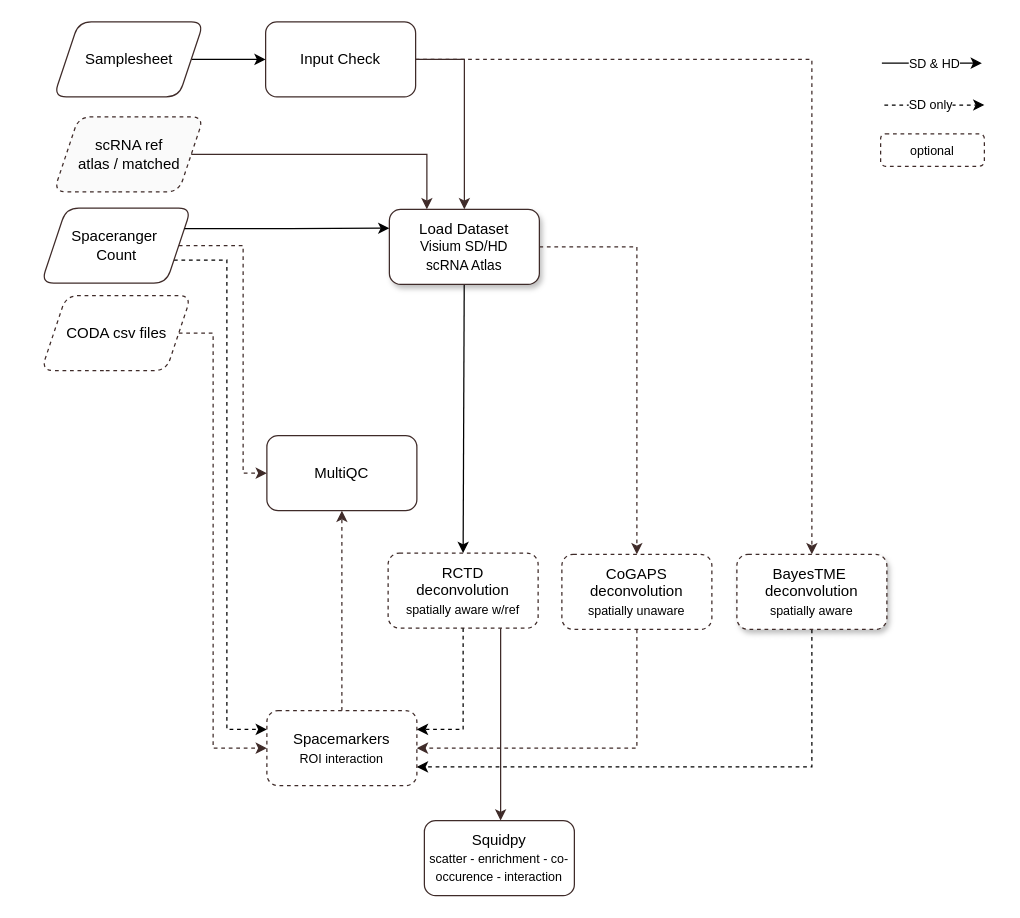
This is assets/btc-visium.drawio from break-through-cancer/btc-spatial-pipelines, a draw.io file, before an edit. Source tidied: cells renumbered, new cells numbered last; positions are measured from the earlier drawing's top-left corner, leaving out a move shared by most shapes. Both pictures are drawn from the tidied source at 125%, with x=0, y=0 at pixel (41, 21).
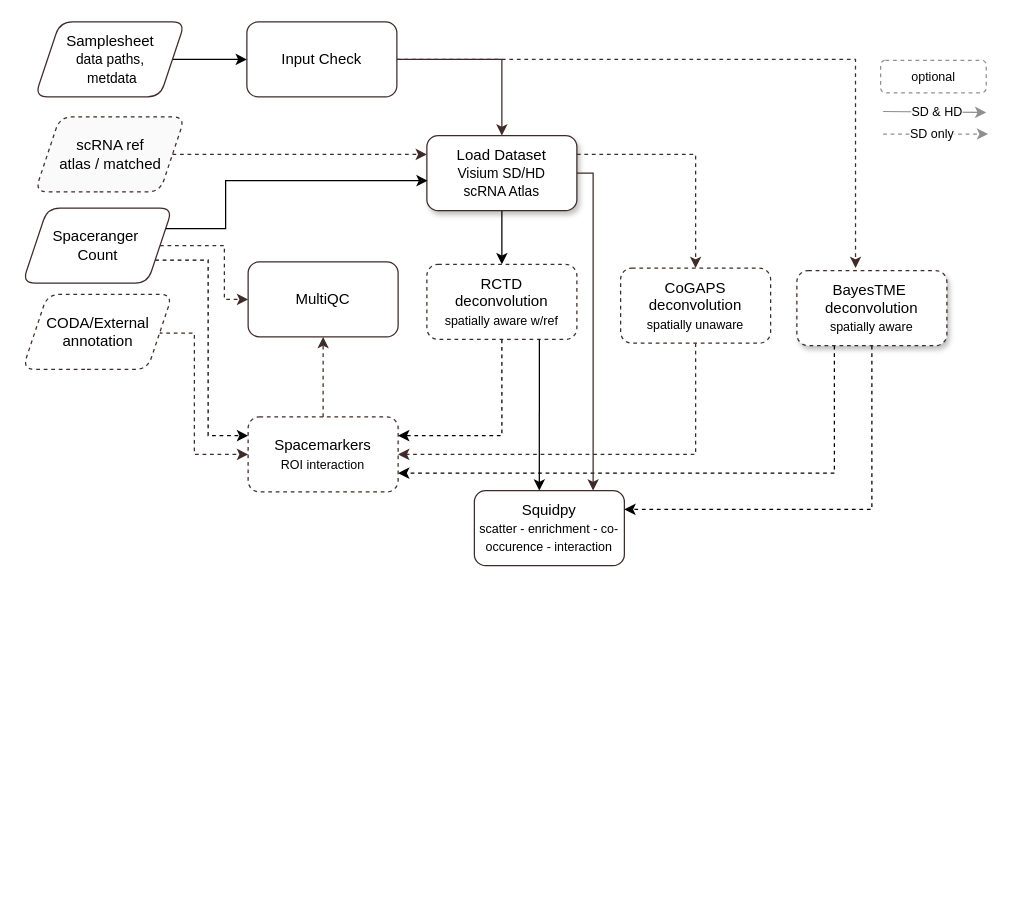
The same page after the edit.

Diff of the diagram source:
```diff
@@
     <mxCell id="2" style="edgeStyle=orthogonalEdgeStyle;rounded=0;jettySize=auto;html=1;strokeColor=#3F2B29;exitX=1;exitY=0.5;exitDx=0;exitDy=0;entryX=0;entryY=0.5;entryDx=0;entryDy=0;dashed=1;" parent="1" edge="1" source="4" target="13">
       <mxGeometry relative="1" as="geometry">
         <Array as="points">
-          <mxPoint x="161" y="179" />
-          <mxPoint x="161" y="361" />
+          <mxPoint x="146" y="179" />
+          <mxPoint x="146" y="222" />
         </Array>
       </mxGeometry>
     </mxCell>
     <mxCell id="3" style="edgeStyle=orthogonalEdgeStyle;rounded=0;jettySize=auto;html=1;exitX=1;exitY=0.75;exitDx=0;exitDy=0;entryX=0;entryY=0.25;entryDx=0;entryDy=0;dashed=1;" parent="1" edge="1" source="4" target="15">
       <mxGeometry relative="1" as="geometry">
         <Array as="points">
-          <mxPoint x="148" y="191" />
-          <mxPoint x="148" y="566" />
+          <mxPoint x="133" y="191" />
+          <mxPoint x="133" y="331" />
         </Array>
       </mxGeometry>
     </mxCell>
     <mxCell id="4" value="Spaceranger&amp;nbsp;&lt;div&gt;Count&lt;/div&gt;" style="rounded=1;whiteSpace=wrap;html=1;strokeColor=#3F2B29;shape=parallelogram;boundedLbl=1;perimeter=parallelogramPerimeter;fixedSize=1;" parent="1" vertex="1">
-      <mxGeometry x="-0.5" y="149" width="120" height="60" as="geometry" />
+      <mxGeometry x="-15.5" y="149" width="120" height="60" as="geometry" />
     </mxCell>
@@
     <mxCell id="6" value="Input Check" style="rounded=1;whiteSpace=wrap;html=1;strokeColor=#3F2B29;" parent="1" vertex="1">
-      <mxGeometry x="179" width="120" height="60" as="geometry" />
+      <mxGeometry x="164" width="120" height="60" as="geometry" />
     </mxCell>
     <mxCell id="7" style="edgeStyle=orthogonalEdgeStyle;rounded=0;jettySize=auto;html=1;exitX=1;exitY=0.5;exitDx=0;exitDy=0;entryX=0;entryY=0.5;entryDx=0;entryDy=0;strokeColor=#3F2B29;dashed=1;" parent="1" edge="1" source="8" target="15">
       <mxGeometry relative="1" as="geometry">
         <Array as="points">
-          <mxPoint x="137" y="249" />
-          <mxPoint x="137" y="581" />
+          <mxPoint x="122" y="249" />
+          <mxPoint x="122" y="346" />
         </Array>
       </mxGeometry>
     </mxCell>
-    <mxCell id="8" value="CODA csv files" style="rounded=1;whiteSpace=wrap;html=1;fillColor=default;strokeColor=#3F2B29;shape=parallelogram;boundedLbl=1;perimeter=parallelogramPerimeter;fixedSize=1;dashed=1;" parent="1" vertex="1">
-      <mxGeometry x="-0.5" y="219" width="120" height="60" as="geometry" />
+    <mxCell id="8" value="CODA/External annotation" style="rounded=1;whiteSpace=wrap;html=1;fillColor=default;strokeColor=#3F2B29;shape=parallelogram;boundedLbl=1;perimeter=parallelogramPerimeter;fixedSize=1;dashed=1;" parent="1" vertex="1">
+      <mxGeometry x="-15.5" y="218" width="120" height="60" as="geometry" />
     </mxCell>
@@
-    <mxCell id="10" style="edgeStyle=orthogonalEdgeStyle;rounded=0;jettySize=auto;html=1;entryX=1;entryY=0.75;entryDx=0;entryDy=0;exitX=0.5;exitY=1;exitDx=0;exitDy=0;dashed=1;" parent="1" edge="1" source="11" target="15">
-      <mxGeometry relative="1" as="geometry" />
+    <mxCell id="10" style="edgeStyle=orthogonalEdgeStyle;rounded=0;jettySize=auto;html=1;entryX=1;entryY=0.75;entryDx=0;entryDy=0;dashed=1;exitX=0.25;exitY=1;exitDx=0;exitDy=0;" parent="1" edge="1" source="11" target="15">
+      <mxGeometry relative="1" as="geometry">
+        <Array as="points">
+          <mxPoint x="634" y="361" />
+        </Array>
+      </mxGeometry>
     </mxCell>
     <mxCell id="11" value="&lt;span style=&quot;color: rgb(0, 0, 0);&quot;&gt;BayesTME&amp;nbsp;&lt;/span&gt;&lt;div style=&quot;scrollbar-color: light-dark(#e2e2e2, #4b4b4b)&lt;br/&gt;&#9;&#9;&#9;&#9;&#9;light-dark(#fbfbfb, var(--dark-panel-color));&quot;&gt;deconvolution&lt;/div&gt;&lt;div style=&quot;scrollbar-color: light-dark(#e2e2e2, #4b4b4b)&lt;br/&gt;&#9;&#9;&#9;&#9;&#9;light-dark(#fbfbfb, var(--dark-panel-color));&quot;&gt;&lt;font style=&quot;font-size: 10px;&quot;&gt;spatially aware&lt;/font&gt;&lt;/div&gt;" style="rounded=1;whiteSpace=wrap;html=1;strokeColor=#3F2B29;dashed=1;shadow=1;" parent="1" vertex="1">
-      <mxGeometry x="556" y="426" width="120" height="60" as="geometry" />
+      <mxGeometry x="604" y="199" width="120" height="60" as="geometry" />
     </mxCell>
     <mxCell id="12" value="&lt;div&gt;&lt;span style=&quot;color: rgb(0, 0, 0);&quot;&gt;CoGAPS deconvolution&lt;/span&gt;&lt;br&gt;&lt;/div&gt;&lt;div&gt;&lt;font style=&quot;font-size: 10px;&quot; color=&quot;#000000&quot;&gt;spatially unaware&lt;/font&gt;&lt;/div&gt;" style="rounded=1;whiteSpace=wrap;html=1;strokeColor=#3F2B29;dashed=1;" parent="1" vertex="1">
-      <mxGeometry x="416" y="426" width="120" height="60" as="geometry" />
+      <mxGeometry x="463" y="197" width="120" height="60" as="geometry" />
     </mxCell>
     <mxCell id="13" value="MultiQC" style="rounded=1;whiteSpace=wrap;html=1;strokeColor=#3F2B29;" parent="1" vertex="1">
-      <mxGeometry x="180" y="331" width="120" height="60" as="geometry" />
+      <mxGeometry x="165" y="192" width="120" height="60" as="geometry" />
     </mxCell>
-    <mxCell id="14" style="edgeStyle=orthogonalEdgeStyle;rounded=0;jettySize=auto;html=1;exitX=0.75;exitY=1;exitDx=0;exitDy=0;strokeColor=#3F2B29;" parent="1" edge="1" source="23" target="20">
-      <mxGeometry relative="1" as="geometry">
-        <Array as="points">
-          <mxPoint x="367" y="681" />
-        </Array>
-      </mxGeometry>
-    </mxCell>
     <mxCell id="15" value="Spacemarkers&lt;div&gt;&lt;font style=&quot;font-size: 10px;&quot;&gt;ROI interaction&lt;/font&gt;&lt;/div&gt;" style="rounded=1;whiteSpace=wrap;html=1;strokeColor=#3F2B29;dashed=1;" parent="1" vertex="1">
-      <mxGeometry x="180" y="551" width="120" height="60" as="geometry" />
+      <mxGeometry x="165" y="316" width="120" height="60" as="geometry" />
     </mxCell>
@@
-    <mxCell id="17" value="&lt;div&gt;Samplesheet&lt;/div&gt;" style="rounded=1;whiteSpace=wrap;html=1;strokeColor=#3F2B29;shape=parallelogram;boundedLbl=1;perimeter=parallelogramPerimeter;fixedSize=1;" parent="1" vertex="1">
-      <mxGeometry x="9.5" width="120" height="60" as="geometry" />
+    <mxCell id="17" value="&lt;div&gt;Samplesheet&lt;/div&gt;&lt;div&gt;&lt;font style=&quot;font-size: 11px;&quot;&gt;data paths,&lt;/font&gt;&lt;/div&gt;&lt;div&gt;&lt;font style=&quot;font-size: 11px;&quot;&gt;&amp;nbsp;metdata&lt;/font&gt;&lt;/div&gt;" style="rounded=1;whiteSpace=wrap;html=1;strokeColor=#3F2B29;shape=parallelogram;boundedLbl=1;perimeter=parallelogramPerimeter;fixedSize=1;" parent="1" vertex="1">
+      <mxGeometry x="-5.5" width="120" height="60" as="geometry" />
     </mxCell>
-    <mxCell id="18" style="edgeStyle=none;html=1;" parent="1" edge="1">
+    <mxCell id="18" style="edgeStyle=none;html=1;strokeColor=#8F8F8F;" parent="1" edge="1">
       <mxGeometry relative="1" as="geometry">
-        <mxPoint x="672" y="33" as="sourcePoint" />
-        <mxPoint x="752" y="33" as="targetPoint" />
+        <mxPoint x="673" y="71.7" as="sourcePoint" />
+        <mxPoint x="755.5" y="72.5" as="targetPoint" />
       </mxGeometry>
     </mxCell>
-    <mxCell id="19" value="&lt;font style=&quot;font-size: 10px;&quot;&gt;SD &amp;amp; HD&lt;/font&gt;" style="edgeLabel;html=1;align=center;verticalAlign=middle;" parent="18" vertex="1">
+    <mxCell id="19" value="&lt;font style=&quot;font-size: 10px;&quot;&gt;SD &amp;amp; HD&lt;/font&gt;" style="edgeLabel;html=1;align=center;verticalAlign=middle;strokeColor=#8F8F8F;" parent="18" vertex="1">
       <mxGeometry x="0.03" y="2" relative="1" as="geometry">
         <mxPoint y="1" as="offset" />
       </mxGeometry>
     </mxCell>
     <mxCell id="20" value="Squidpy&lt;div&gt;&lt;font style=&quot;font-size: 10px;&quot;&gt;scatter - enrichment - co-occurence - interaction&lt;/font&gt;&lt;/div&gt;" style="rounded=1;whiteSpace=wrap;html=1;strokeColor=#3F2B29;" parent="1" vertex="1">
-      <mxGeometry x="306" y="639" width="120" height="60" as="geometry" />
+      <mxGeometry x="346" y="375" width="120" height="60" as="geometry" />
     </mxCell>
-    <mxCell id="21" value="&lt;font style=&quot;font-size: 10px;&quot;&gt;optional&lt;/font&gt;" style="rounded=1;whiteSpace=wrap;html=1;fillColor=#FFFFFF;strokeColor=#3F2B29;dashed=1;" parent="1" vertex="1">
-      <mxGeometry x="671" y="89.5" width="83" height="26" as="geometry" />
+    <mxCell id="21" value="&lt;font style=&quot;font-size: 10px;&quot;&gt;optional&lt;/font&gt;" style="rounded=1;whiteSpace=wrap;html=1;fillColor=#FFFFFF;strokeColor=#8F8F8F;dashed=1;" parent="1" vertex="1">
+      <mxGeometry x="671" y="30.7" width="84.5" height="26" as="geometry" />
     </mxCell>
     <mxCell id="22" value="scRNA ref&lt;div&gt;atlas / matched&lt;/div&gt;" style="rounded=1;whiteSpace=wrap;html=1;fillColor=#FAFAFA;strokeColor=#3F2B29;shape=parallelogram;boundedLbl=1;perimeter=parallelogramPerimeter;fixedSize=1;dashed=1;" parent="1" vertex="1">
-      <mxGeometry x="9.5" y="76" width="120" height="60" as="geometry" />
+      <mxGeometry x="-5.5" y="76" width="120" height="60" as="geometry" />
     </mxCell>
     <mxCell id="23" value="&lt;div style=&quot;scrollbar-color: light-dark(#e2e2e2, #4b4b4b)&lt;br/&gt;&#9;&#9;&#9;&#9;&#9;light-dark(#fbfbfb, var(--dark-panel-color));&quot;&gt;&lt;font color=&quot;#000000&quot;&gt;RCTD&lt;/font&gt;&lt;/div&gt;&lt;div style=&quot;scrollbar-color: light-dark(#e2e2e2, #4b4b4b)&lt;br/&gt;&#9;&#9;&#9;&#9;&#9;light-dark(#fbfbfb, var(--dark-panel-color));&quot;&gt;deconvolution&lt;/div&gt;&lt;div style=&quot;scrollbar-color: light-dark(#e2e2e2, #4b4b4b)&lt;br/&gt;&#9;&#9;&#9;&#9;&#9;light-dark(#fbfbfb, var(--dark-panel-color));&quot;&gt;&lt;font style=&quot;font-size: 10px;&quot;&gt;spatially aware w/ref&lt;/font&gt;&lt;/div&gt;" style="rounded=1;whiteSpace=wrap;html=1;strokeColor=#3F2B29;dashed=1;fillColor=none;" parent="1" vertex="1">
-      <mxGeometry x="277" y="425" width="120" height="60" as="geometry" />
+      <mxGeometry x="308" y="194" width="120" height="60" as="geometry" />
     </mxCell>
@@
-    <mxCell id="25" style="edgeStyle=none;html=1;entryX=0.5;entryY=0;entryDx=0;entryDy=0;dotted=1;" parent="1" edge="1" source="26" target="23">
+    <mxCell id="25" style="edgeStyle=none;html=1;entryX=0.5;entryY=0;entryDx=0;entryDy=0;dotted=1;exitX=0.5;exitY=1;exitDx=0;exitDy=0;" parent="1" edge="1" source="26" target="23">
       <mxGeometry relative="1" as="geometry" />
     </mxCell>
     <mxCell id="26" value="Load Dataset&lt;div&gt;&lt;font style=&quot;font-size: 11px;&quot;&gt;Visium SD/HD&lt;/font&gt;&lt;/div&gt;&lt;div&gt;&lt;font style=&quot;font-size: 11px;&quot;&gt;scRNA Atlas&lt;/font&gt;&lt;/div&gt;" style="rounded=1;whiteSpace=wrap;html=1;strokeColor=#3F2B29;dashed=0;shadow=1;" parent="1" vertex="1">
-      <mxGeometry x="278" y="150" width="120" height="60" as="geometry" />
+      <mxGeometry x="308" y="91" width="120" height="60" as="geometry" />
     </mxCell>
-    <mxCell id="27" style="edgeStyle=orthogonalEdgeStyle;rounded=0;jettySize=auto;html=1;exitX=1;exitY=0.25;exitDx=0;exitDy=0;entryX=0;entryY=0.25;entryDx=0;entryDy=0;" parent="1" edge="1" source="4" target="26">
-      <mxGeometry relative="1" as="geometry" />
+    <mxCell id="27" style="edgeStyle=orthogonalEdgeStyle;rounded=0;jettySize=auto;html=1;exitX=1;exitY=0.25;exitDx=0;exitDy=0;entryX=0.005;entryY=0.6;entryDx=0;entryDy=0;entryPerimeter=0;" parent="1" edge="1" source="4" target="26">
+      <mxGeometry relative="1" as="geometry">
+        <Array as="points">
+          <mxPoint x="147" y="165" />
+          <mxPoint x="147" y="127" />
+        </Array>
+      </mxGeometry>
     </mxCell>
-    <mxCell id="28" style="edgeStyle=orthogonalEdgeStyle;rounded=0;jettySize=auto;html=1;strokeColor=#3F2B29;exitX=1;exitY=0.5;exitDx=0;exitDy=0;entryX=0.5;entryY=0;entryDx=0;entryDy=0;dashed=1;" parent="1" edge="1" source="26" target="12">
+    <mxCell id="28" style="edgeStyle=orthogonalEdgeStyle;rounded=0;jettySize=auto;html=1;strokeColor=#3F2B29;exitX=1;exitY=0.25;exitDx=0;exitDy=0;entryX=0.5;entryY=0;entryDx=0;entryDy=0;dashed=1;" parent="1" edge="1" source="26" target="12">
       <mxGeometry relative="1" as="geometry">
         <Array as="points">
-          <mxPoint x="476" y="180" />
+          <mxPoint x="523" y="106" />
         </Array>
       </mxGeometry>
     </mxCell>
-    <mxCell id="29" style="edgeStyle=orthogonalEdgeStyle;rounded=0;jettySize=auto;html=1;strokeColor=#3F2B29;exitX=1;exitY=0.5;exitDx=0;exitDy=0;entryX=0.5;entryY=0;entryDx=0;entryDy=0;dashed=1;" parent="1" edge="1" source="6" target="11">
+    <mxCell id="29" style="edgeStyle=orthogonalEdgeStyle;rounded=0;jettySize=auto;html=1;strokeColor=#3F2B29;exitX=1;exitY=0.5;exitDx=0;exitDy=0;dashed=1;entryX=0.391;entryY=-0.036;entryDx=0;entryDy=0;entryPerimeter=0;" parent="1" edge="1" source="6" target="11">
       <mxGeometry relative="1" as="geometry">
         <Array as="points">
-          <mxPoint x="616" y="30" />
+          <mxPoint x="651" y="30" />
         </Array>
       </mxGeometry>
     </mxCell>
@@
-    <mxCell id="31" style="edgeStyle=orthogonalEdgeStyle;rounded=0;jettySize=auto;html=1;strokeColor=#3F2B29;exitX=1;exitY=0.5;exitDx=0;exitDy=0;entryX=0.25;entryY=0;entryDx=0;entryDy=0;" parent="1" edge="1" source="22" target="26">
+    <mxCell id="31" style="edgeStyle=orthogonalEdgeStyle;rounded=0;jettySize=auto;html=1;strokeColor=#3F2B29;exitX=1;exitY=0.5;exitDx=0;exitDy=0;entryX=0;entryY=0.25;entryDx=0;entryDy=0;dashed=1;" parent="1" edge="1" source="22" target="26">
       <mxGeometry relative="1" as="geometry" />
     </mxCell>
-    <mxCell id="32" style="edgeStyle=none;html=1;dashed=1;" parent="1" edge="1">
+    <mxCell id="32" style="edgeStyle=none;html=1;dashed=1;strokeColor=#8F8F8F;" parent="1" edge="1">
       <mxGeometry relative="1" as="geometry">
-        <mxPoint x="674" y="66.5" as="sourcePoint" />
-        <mxPoint x="754" y="66.5" as="targetPoint" />
+        <mxPoint x="673" y="89.7" as="sourcePoint" />
+        <mxPoint x="757" y="89.7" as="targetPoint" />
       </mxGeometry>
     </mxCell>
-    <mxCell id="33" value="&lt;font style=&quot;font-size: 10px;&quot;&gt;SD only&lt;/font&gt;" style="edgeLabel;html=1;align=center;verticalAlign=middle;" parent="32" vertex="1">
+    <mxCell id="33" value="&lt;font style=&quot;font-size: 10px;&quot;&gt;SD only&lt;/font&gt;" style="edgeLabel;html=1;align=center;verticalAlign=middle;strokeColor=#8F8F8F;" parent="32" vertex="1">
       <mxGeometry x="-0.1" y="1" relative="1" as="geometry" />
     </mxCell>
+    <mxCell id="14" style="edgeStyle=none;html=1;entryX=0.433;entryY=0;entryDx=0;entryDy=0;dotted=1;exitX=0.75;exitY=1;exitDx=0;exitDy=0;entryPerimeter=0;" parent="1" edge="1" source="23" target="20">
+      <mxGeometry relative="1" as="geometry" />
+    </mxCell>
+    <mxCell id="34" style="edgeStyle=orthogonalEdgeStyle;rounded=0;jettySize=auto;html=1;entryX=1;entryY=0.25;entryDx=0;entryDy=0;dashed=1;exitX=0.5;exitY=1;exitDx=0;exitDy=0;" parent="1" edge="1" source="11" target="20">
+      <mxGeometry relative="1" as="geometry">
+        <Array as="points">
+          <mxPoint x="664" y="390" />
+        </Array>
+      </mxGeometry>
+    </mxCell>
+    <mxCell id="35" style="edgeStyle=orthogonalEdgeStyle;rounded=0;jettySize=auto;html=1;strokeColor=#3F2B29;exitX=1;exitY=0.5;exitDx=0;exitDy=0;" parent="1" edge="1" source="26">
+      <mxGeometry relative="1" as="geometry">
+        <mxPoint x="441" y="375" as="targetPoint" />
+        <Array as="points">
+          <mxPoint x="441" y="121" />
+        </Array>
+      </mxGeometry>
+    </mxCell>
```
